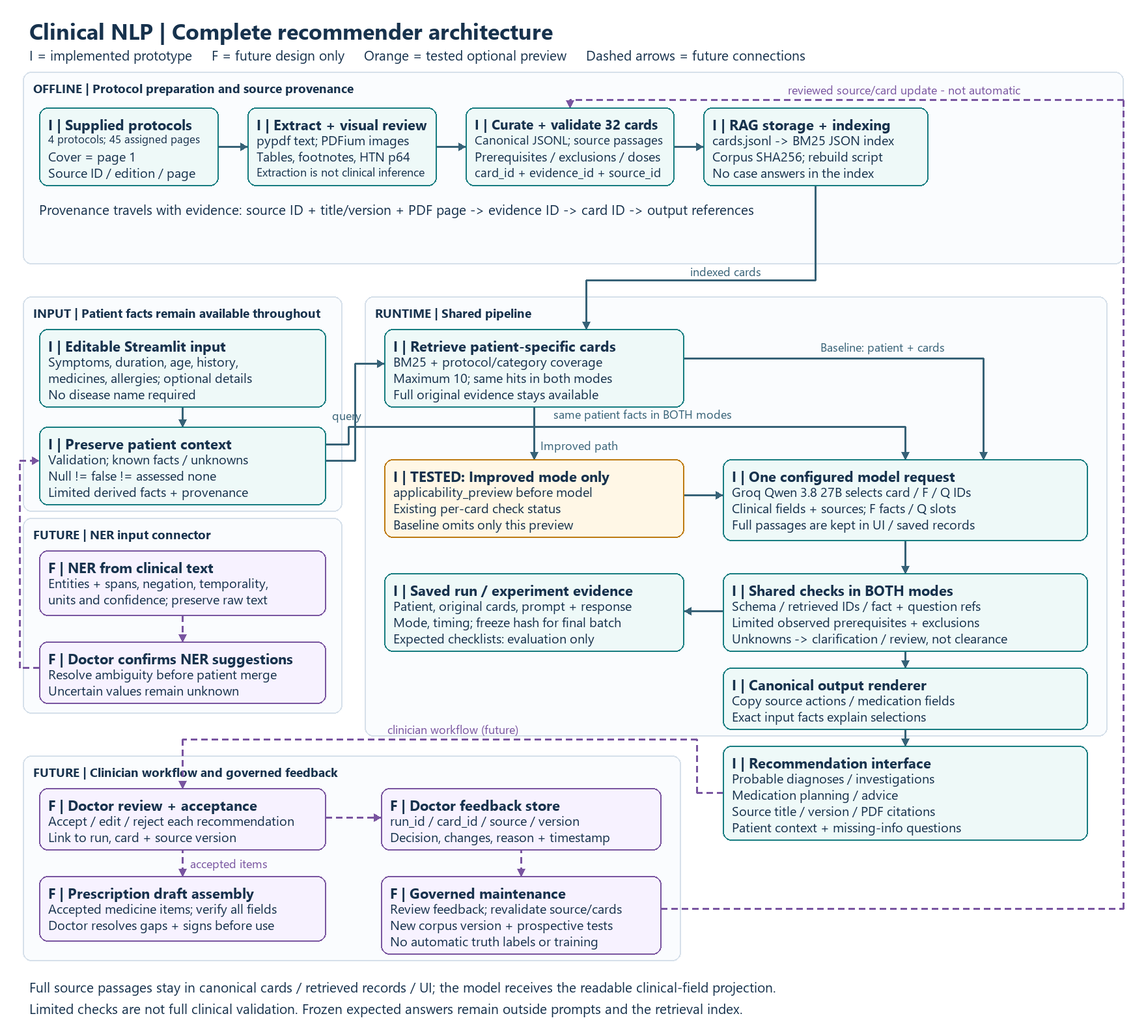
This is docs/architecture.png from MSristy/AIMScribe, a Mermaid export, as it was before one commit. Its source is kept beside it as docs/architecture.mmd.
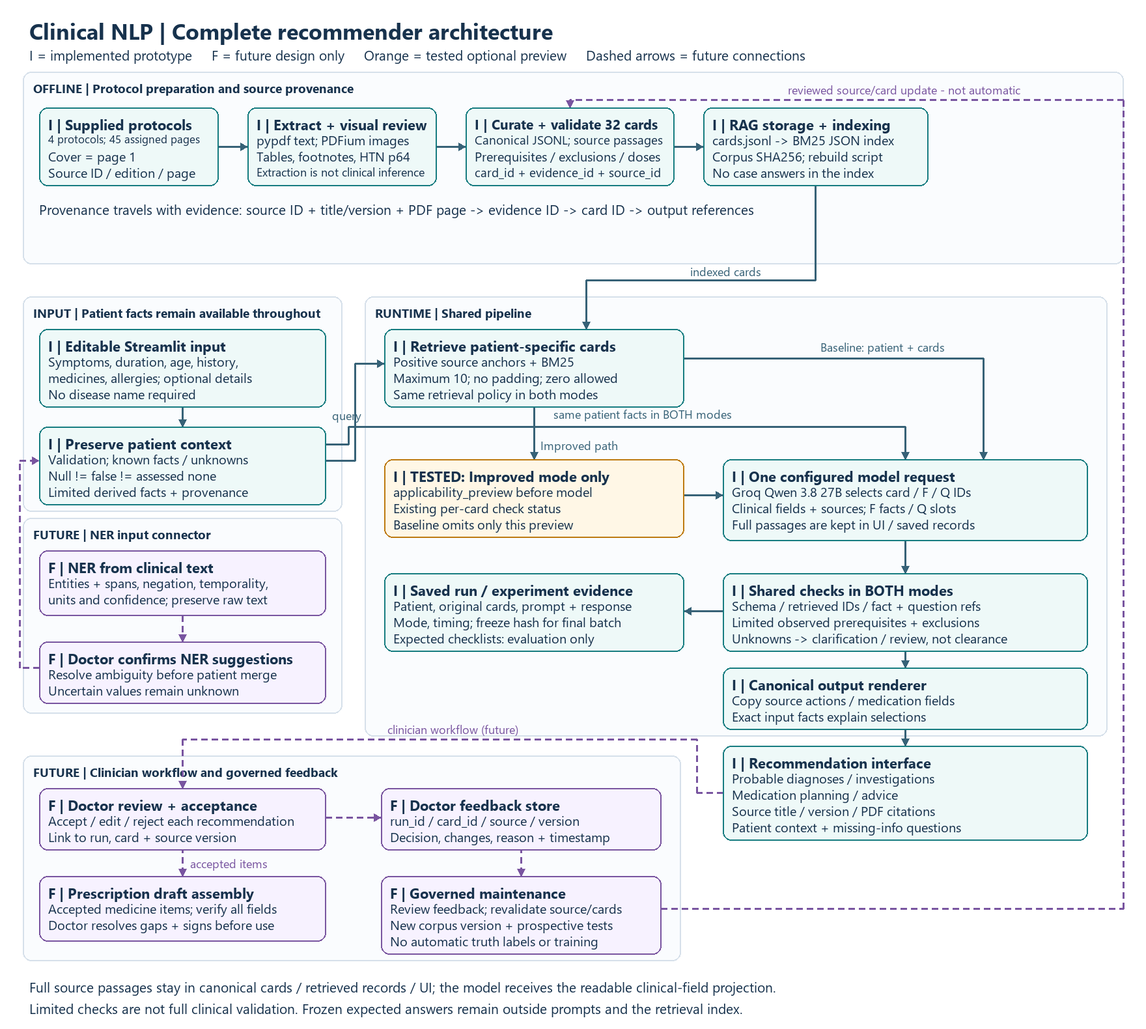
Later version of the same file.

What changed in the source:
```diff
@@ -5,7 +5,7 @@
   D["I | RAG storage + indexing<br/>cards.jsonl -&gt; BM25 JSON index<br/>Corpus SHA256; rebuild script<br/>No case answers in the index"]
   P["I | Editable Streamlit input<br/>Symptoms, duration, age, history,<br/>medicines, allergies; optional details<br/>No disease name required"]
   V["I | Preserve patient context<br/>Validation; known facts / unknowns<br/>Null != false != assessed none<br/>Limited derived facts + provenance"]
-  R["I | Retrieve patient-specific cards<br/>BM25 + protocol/category coverage<br/>Maximum 10; same hits in both modes<br/>Full original evidence stays available"]
+  R["I | Retrieve patient-specific cards<br/>Positive source anchors + BM25<br/>Maximum 10; no padding; zero allowed<br/>Same retrieval policy in both modes"]
   X["I | TESTED: Improved mode only<br/>applicability_preview before model<br/>Existing per-card check status<br/>Baseline omits only this preview"]
   M["I | One configured model request<br/>Groq Qwen 3.8 27B selects card / F / Q IDs<br/>Clinical fields + sources; F facts / Q slots<br/>Full passages are kept in UI / saved records"]
   K["I | Shared checks in BOTH modes<br/>Schema / retrieved IDs / fact + question refs<br/>Limited observed prerequisites + exclusions<br/>Unknowns -&gt; clarification / review, not clearance"]
```
